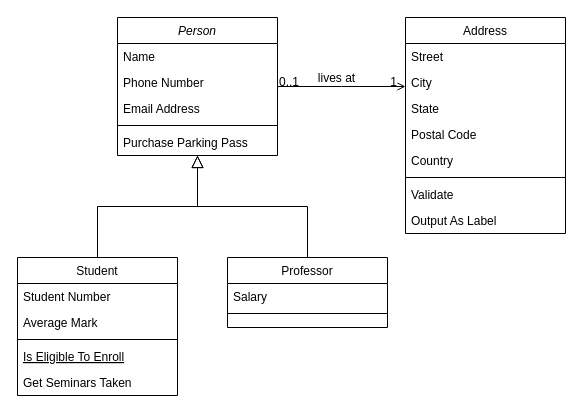
Above: nginx/未命名绘图.drawio in silence2014/writting (draw.io), before the change. Source tidied: cells renumbered, new cells numbered last; positions are measured from the earlier drawing's top-left corner, leaving out a move shared by most shapes. Both pictures are drawn from the tidied source at 100%, with x=0, y=0 at pixel (17, 17).
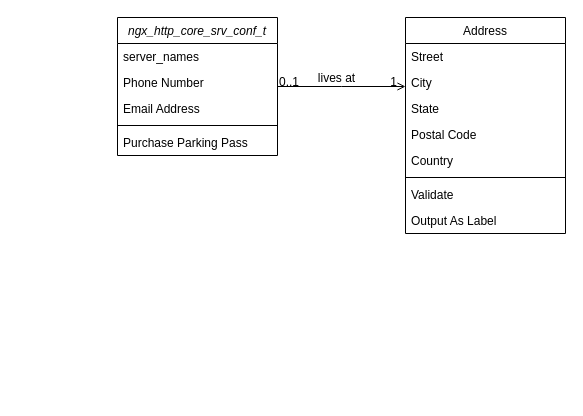
The same page after the edit.

The edit, as a diff of the source:
```diff
@@
-    <mxCell id="2" value="Person" style="swimlane;fontStyle=2;align=center;verticalAlign=top;horizontal=1;startSize=26;rounded=0;shadow=0;strokeWidth=1;" parent="1" vertex="1">
+    <mxCell id="2" value="ngx_http_core_srv_conf_t" style="swimlane;fontStyle=2;align=center;verticalAlign=top;horizontal=1;startSize=26;rounded=0;shadow=0;strokeWidth=1;" parent="1" vertex="1">
       <mxGeometry x="100" width="160" height="138" as="geometry" />
     </mxCell>
-    <mxCell id="3" value="Name" style="text;align=left;verticalAlign=top;spacingLeft=4;spacingRight=4;overflow=hidden;" parent="2" vertex="1">
+    <mxCell id="3" value="server_names" style="text;align=left;verticalAlign=top;spacingLeft=4;spacingRight=4;overflow=hidden;" parent="2" vertex="1">
       <mxGeometry y="26" width="160" height="26" as="geometry" />
     </mxCell>
@@
-    <mxCell id="8" value="Student" style="swimlane;fontStyle=0;align=center;verticalAlign=top;horizontal=1;startSize=26;rounded=0;shadow=0;strokeWidth=1;" parent="1" vertex="1">
-      <mxGeometry y="240" width="160" height="138" as="geometry" />
-    </mxCell>
-    <mxCell id="9" value="Student Number" style="text;align=left;verticalAlign=top;spacingLeft=4;spacingRight=4;overflow=hidden;" parent="8" vertex="1">
-      <mxGeometry y="26" width="160" height="26" as="geometry" />
-    </mxCell>
-    <mxCell id="10" value="Average Mark" style="text;align=left;verticalAlign=top;spacingLeft=4;spacingRight=4;overflow=hidden;rounded=0;shadow=0;html=0;" parent="8" vertex="1">
-      <mxGeometry y="52" width="160" height="26" as="geometry" />
-    </mxCell>
-    <mxCell id="11" style="line;html=1;strokeWidth=1;align=left;verticalAlign=middle;spacingTop=-1;spacingLeft=3;spacingRight=3;labelPosition=right;" parent="8" vertex="1">
-      <mxGeometry y="78" width="160" height="8" as="geometry" />
-    </mxCell>
-    <mxCell id="12" value="Is Eligible To Enroll" style="text;align=left;verticalAlign=top;spacingLeft=4;spacingRight=4;overflow=hidden;fontStyle=4;" parent="8" vertex="1">
-      <mxGeometry y="86" width="160" height="26" as="geometry" />
-    </mxCell>
-    <mxCell id="13" value="Get Seminars Taken" style="text;align=left;verticalAlign=top;spacingLeft=4;spacingRight=4;overflow=hidden;" parent="8" vertex="1">
-      <mxGeometry y="112" width="160" height="26" as="geometry" />
-    </mxCell>
-    <mxCell id="14" style="endArrow=block;endSize=10;endFill=0;shadow=0;strokeWidth=1;rounded=0;edgeStyle=elbowEdgeStyle;elbow=vertical;" parent="1" edge="1" source="8" target="2">
-      <mxGeometry relative="1" as="geometry" />
-    </mxCell>
-    <mxCell id="15" value="Professor" style="swimlane;fontStyle=0;align=center;verticalAlign=top;horizontal=1;startSize=26;rounded=0;shadow=0;strokeWidth=1;" parent="1" vertex="1">
-      <mxGeometry x="210" y="240" width="160" height="70" as="geometry" />
-    </mxCell>
-    <mxCell id="16" value="Salary" style="text;align=left;verticalAlign=top;spacingLeft=4;spacingRight=4;overflow=hidden;" parent="15" vertex="1">
-      <mxGeometry y="26" width="160" height="26" as="geometry" />
-    </mxCell>
-    <mxCell id="17" style="line;html=1;strokeWidth=1;align=left;verticalAlign=middle;spacingTop=-1;spacingLeft=3;spacingRight=3;labelPosition=right;" parent="15" vertex="1">
-      <mxGeometry y="52" width="160" height="8" as="geometry" />
-    </mxCell>
-    <mxCell id="18" style="endArrow=block;endSize=10;endFill=0;shadow=0;strokeWidth=1;rounded=0;edgeStyle=elbowEdgeStyle;elbow=vertical;" parent="1" edge="1" source="15" target="2">
-      <mxGeometry relative="1" as="geometry" />
-    </mxCell>
```
